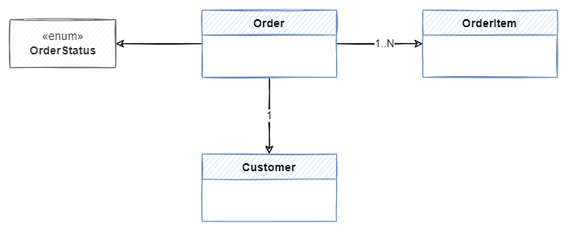
slobodanvulic/ecommerce-checkout-service keeps this draw.io diagram as img/domain_class_diagram.png. Above is the earlier version. Source tidied: cells renumbered, new cells last; positions are measured from the earlier drawing's top-left corner, leaving out a move shared by most shapes. The source it was exported from:
```xml
<mxGraphModel>
  <root>
    <mxCell id="0" />
    <mxCell id="1" parent="0" />
    <mxCell id="2" style="edgeStyle=orthogonalEdgeStyle;rounded=0;jettySize=auto;html=1;exitX=1;exitY=0.5;exitDx=0;exitDy=0;entryX=0;entryY=0.5;entryDx=0;entryDy=0;endArrow=classic;endFill=1;sketch=1;" parent="1" edge="1" source="6" target="7">
      <mxGeometry relative="1" as="geometry" />
    </mxCell>
    <mxCell id="3" value="1..N" style="edgeLabel;html=1;align=center;verticalAlign=middle;" parent="2" vertex="1">
      <mxGeometry x="0.14" y="-1" relative="1" as="geometry">
        <mxPoint x="-2" y="-1" as="offset" />
      </mxGeometry>
    </mxCell>
    <mxCell id="4" value="1" style="edgeStyle=orthogonalEdgeStyle;rounded=0;jettySize=auto;html=1;exitX=0.5;exitY=1;exitDx=0;exitDy=0;entryX=0.5;entryY=0;entryDx=0;entryDy=0;endArrow=classic;endFill=1;sketch=1;" parent="1" edge="1" source="6" target="9">
      <mxGeometry relative="1" as="geometry">
        <Array as="points">
          <mxPoint x="270" y="110" />
          <mxPoint x="270" y="110" />
        </Array>
      </mxGeometry>
    </mxCell>
    <mxCell id="5" style="edgeStyle=orthogonalEdgeStyle;rounded=0;jettySize=auto;html=1;endArrow=classic;endFill=1;sketch=1;" parent="1" edge="1" source="6" target="8">
      <mxGeometry relative="1" as="geometry" />
    </mxCell>
    <mxCell id="6" value="Order" style="swimlane;fontStyle=1;horizontal=1;startSize=26;fillColor=#dae8fc;strokeColor=#6c8ebf;gradientColor=none;swimlaneFillColor=none;rounded=0;shadow=0;sketch=1;glass=0;swimlaneLine=1;" parent="1" vertex="1">
      <mxGeometry x="200" width="140" height="70" as="geometry" />
    </mxCell>
    <mxCell id="7" value="OrderItem" style="swimlane;fontStyle=1;horizontal=1;startSize=26;fillColor=#dae8fc;strokeColor=#6c8ebf;sketch=1;" parent="1" vertex="1">
      <mxGeometry x="430" width="140" height="70" as="geometry" />
    </mxCell>
    <mxCell id="8" value="«enum»&lt;br&gt;&lt;b&gt;OrderStatus&lt;/b&gt;" style="html=1;fillColor=#f5f5f5;fontColor=#333333;strokeColor=#666666;sketch=1;" parent="1" vertex="1">
      <mxGeometry y="10" width="110" height="50" as="geometry" />
    </mxCell>
    <mxCell id="9" value="Customer" style="swimlane;fontStyle=1;horizontal=1;startSize=26;fillColor=#dae8fc;strokeColor=#6c8ebf;sketch=1;" parent="1" vertex="1">
      <mxGeometry x="200" y="150" width="140" height="70" as="geometry" />
    </mxCell>
  </root>
</mxGraphModel>
```
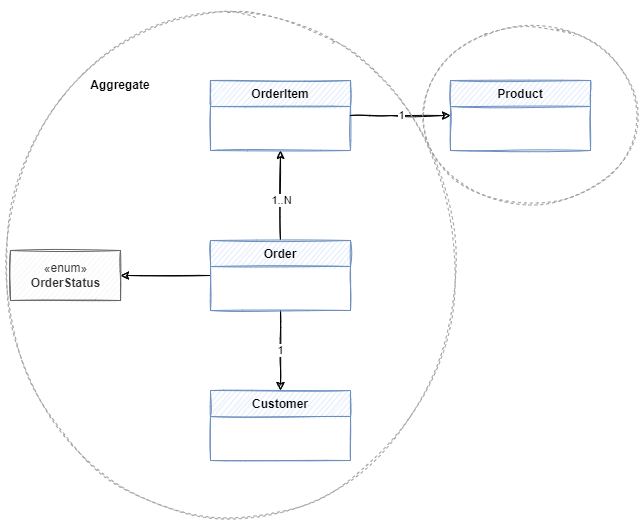
After the commit.

What changed in the source:
```diff
@@ -2,12 +2,12 @@
   <root>
     <mxCell id="0" />
     <mxCell id="1" parent="0" />
-    <mxCell id="2" style="edgeStyle=orthogonalEdgeStyle;rounded=0;jettySize=auto;html=1;exitX=1;exitY=0.5;exitDx=0;exitDy=0;entryX=0;entryY=0.5;entryDx=0;entryDy=0;endArrow=classic;endFill=1;sketch=1;" parent="1" edge="1" source="6" target="7">
+    <mxCell id="2" style="edgeStyle=orthogonalEdgeStyle;rounded=0;jettySize=auto;html=1;exitX=0.5;exitY=0;exitDx=0;exitDy=0;entryX=0.5;entryY=1;entryDx=0;entryDy=0;endArrow=classic;endFill=1;sketch=1;" parent="1" edge="1" source="6" target="7">
       <mxGeometry relative="1" as="geometry" />
     </mxCell>
     <mxCell id="3" value="1..N" style="edgeLabel;html=1;align=center;verticalAlign=middle;" parent="2" vertex="1">
       <mxGeometry x="0.14" y="-1" relative="1" as="geometry">
-        <mxPoint x="-2" y="-1" as="offset" />
+        <mxPoint x="-1" y="11" as="offset" />
       </mxGeometry>
     </mxCell>
     <mxCell id="4" value="1" style="edgeStyle=orthogonalEdgeStyle;rounded=0;jettySize=auto;html=1;exitX=0.5;exitY=1;exitDx=0;exitDy=0;entryX=0.5;entryY=0;entryDx=0;entryDy=0;endArrow=classic;endFill=1;sketch=1;" parent="1" edge="1" source="6" target="9">
@@ -25,7 +25,7 @@
       <mxGeometry x="200" width="140" height="70" as="geometry" />
     </mxCell>
     <mxCell id="7" value="OrderItem" style="swimlane;fontStyle=1;horizontal=1;startSize=26;fillColor=#dae8fc;strokeColor=#6c8ebf;sketch=1;" parent="1" vertex="1">
-      <mxGeometry x="430" width="140" height="70" as="geometry" />
+      <mxGeometry x="200" y="-160" width="140" height="70" as="geometry" />
     </mxCell>
     <mxCell id="8" value="«enum»&lt;br&gt;&lt;b&gt;OrderStatus&lt;/b&gt;" style="html=1;fillColor=#f5f5f5;fontColor=#333333;strokeColor=#666666;sketch=1;" parent="1" vertex="1">
       <mxGeometry y="10" width="110" height="50" as="geometry" />
@@ -33,5 +33,25 @@
     <mxCell id="9" value="Customer" style="swimlane;fontStyle=1;horizontal=1;startSize=26;fillColor=#dae8fc;strokeColor=#6c8ebf;sketch=1;" parent="1" vertex="1">
       <mxGeometry x="200" y="150" width="140" height="70" as="geometry" />
     </mxCell>
+    <mxCell id="10" value="Product" style="swimlane;fontStyle=1;horizontal=1;startSize=26;fillColor=#dae8fc;strokeColor=#6c8ebf;sketch=1;" parent="1" vertex="1">
+      <mxGeometry x="440" y="-160" width="140" height="70" as="geometry" />
+    </mxCell>
+    <mxCell id="11" value="1" style="edgeStyle=orthogonalEdgeStyle;rounded=0;jettySize=auto;html=1;endArrow=classic;endFill=1;sketch=1;entryX=0;entryY=0.5;entryDx=0;entryDy=0;exitX=1;exitY=0.5;exitDx=0;exitDy=0;" parent="1" edge="1" source="7" target="10">
+      <mxGeometry relative="1" as="geometry">
+        <Array as="points">
+          <mxPoint x="380" y="-125" />
+          <mxPoint x="380" y="-125" />
+        </Array>
+      </mxGeometry>
+    </mxCell>
+    <mxCell id="12" style="ellipse;whiteSpace=wrap;html=1;fillColor=none;dashed=1;sketch=1;strokeWidth=1;fontColor=#333333;strokeColor=#9E9E9E;" parent="1" vertex="1">
+      <mxGeometry x="410" y="-210" width="220" height="170" as="geometry" />
+    </mxCell>
+    <mxCell id="13" style="ellipse;whiteSpace=wrap;html=1;fillColor=none;dashed=1;sketch=1;strokeWidth=1;fontColor=#333333;strokeColor=#9E9E9E;shadow=0;" parent="1" vertex="1">
+      <mxGeometry x="-10" y="-240" width="460" height="530" as="geometry" />
+    </mxCell>
+    <mxCell id="14" value="Aggregate" style="text;html=1;strokeColor=none;fillColor=none;align=center;verticalAlign=middle;whiteSpace=wrap;rounded=0;dashed=1;sketch=1;strokeWidth=1;fontStyle=1;" parent="1" vertex="1">
+      <mxGeometry x="80" y="-170" width="60" height="30" as="geometry" />
+    </mxCell>
   </root>
 </mxGraphModel>
```
